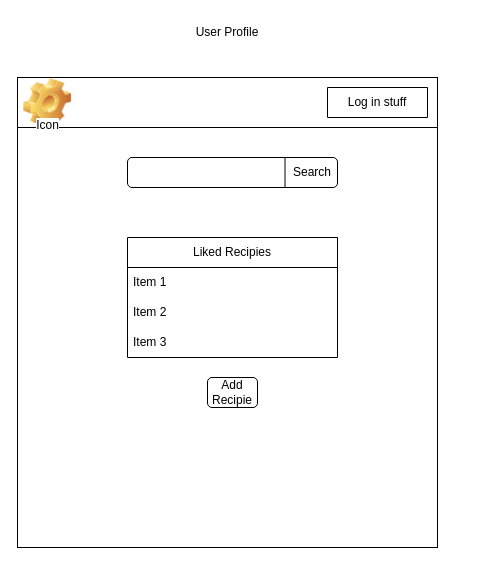
The draw.io diagram page "Page-1" (1 of 4) of uml.drawio in BopeChanUwU/CPSC272-Group-Project, before the edit. Source tidied: cells renumbered, new cells numbered last; positions are measured from the earlier drawing's top-left corner, leaving out a move shared by most shapes. Both pictures are drawn from the tidied source at 100%, with x=0, y=0 at pixel (-8, 17).
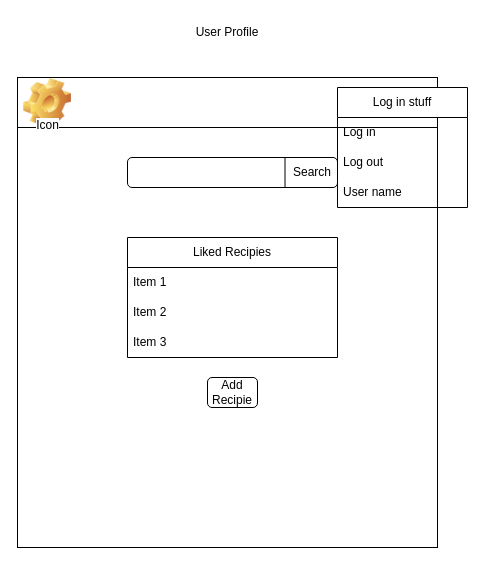
The same page after the edit.

Diff of the diagram source:
```diff
@@
 <mxGraphModel>
   <root>
     <mxCell id="0" />
     <mxCell id="1" parent="0" />
     <mxCell id="2" style="rounded=0;whiteSpace=wrap;html=1;rotation=-90;" parent="1" vertex="1">
       <mxGeometry y="85" width="470" height="420" as="geometry" />
     </mxCell>
     <mxCell id="3" style="rounded=0;whiteSpace=wrap;html=1;" parent="1" vertex="1">
       <mxGeometry x="25" y="60" width="420" height="50" as="geometry" />
     </mxCell>
     <mxCell id="4" style="rounded=1;whiteSpace=wrap;html=1;" parent="1" vertex="1">
       <mxGeometry x="135" y="140" width="210" height="30" as="geometry" />
     </mxCell>
     <mxCell id="5" style="endArrow=none;html=1;entryX=0.75;entryY=0;entryDx=0;entryDy=0;exitX=0.75;exitY=1;exitDx=0;exitDy=0;" parent="1" edge="1" source="4" target="4">
       <mxGeometry relative="1" as="geometry" />
     </mxCell>
     <mxCell id="6" value="Search" style="text;html=1;align=center;verticalAlign=middle;whiteSpace=wrap;rounded=0;" parent="1" vertex="1">
       <mxGeometry x="285" y="140" width="70" height="30" as="geometry" />
     </mxCell>
     <mxCell id="7" value="Liked Recipies" style="swimlane;fontStyle=0;horizontal=1;startSize=30;whiteSpace=wrap;html=1;" parent="1" vertex="1">
       <mxGeometry x="135" y="220" width="210" height="120" as="geometry" />
     </mxCell>
     <mxCell id="8" value="Item 1" style="text;strokeColor=none;fillColor=none;align=left;verticalAlign=middle;spacingLeft=4;spacingRight=4;overflow=hidden;whiteSpace=wrap;html=1;" parent="7" vertex="1">
       <mxGeometry y="30" width="210" height="30" as="geometry" />
     </mxCell>
     <mxCell id="9" value="Item 2" style="text;strokeColor=none;fillColor=none;align=left;verticalAlign=middle;spacingLeft=4;spacingRight=4;overflow=hidden;whiteSpace=wrap;html=1;" parent="7" vertex="1">
       <mxGeometry y="60" width="210" height="30" as="geometry" />
     </mxCell>
     <mxCell id="10" value="Item 3" style="text;strokeColor=none;fillColor=none;align=left;verticalAlign=middle;spacingLeft=4;spacingRight=4;overflow=hidden;whiteSpace=wrap;html=1;" parent="7" vertex="1">
       <mxGeometry y="90" width="210" height="30" as="geometry" />
     </mxCell>
     <mxCell id="11" style="rounded=1;whiteSpace=wrap;html=1;" parent="1" vertex="1">
       <mxGeometry x="215" y="360" width="50" height="30" as="geometry" />
     </mxCell>
     <mxCell id="12" value="Add Recipie" style="text;html=1;align=center;verticalAlign=middle;whiteSpace=wrap;rounded=0;" parent="1" vertex="1">
       <mxGeometry x="210" y="360" width="60" height="30" as="geometry" />
     </mxCell>
-    <mxCell id="13" value="Log in stuff" style="swimlane;fontStyle=0;horizontal=1;startSize=30;whiteSpace=wrap;html=1;" parent="1" vertex="1" collapsed="1">
-      <mxGeometry x="335" y="70" width="100" height="30" as="geometry" />
+    <mxCell id="13" value="Log in stuff" style="swimlane;fontStyle=0;horizontal=1;startSize=30;whiteSpace=wrap;html=1;" parent="1" vertex="1">
+      <mxGeometry x="345" y="70" width="130" height="120" as="geometry" />
     </mxCell>
+    <mxCell id="16" value="Log in" style="text;strokeColor=none;fillColor=none;align=left;verticalAlign=middle;spacingLeft=4;spacingRight=4;overflow=hidden;whiteSpace=wrap;html=1;" parent="13" vertex="1">
+      <mxGeometry y="30" width="130" height="30" as="geometry" />
+    </mxCell>
+    <mxCell id="17" value="Log out" style="text;strokeColor=none;fillColor=none;align=left;verticalAlign=middle;spacingLeft=4;spacingRight=4;overflow=hidden;whiteSpace=wrap;html=1;" parent="13" vertex="1">
+      <mxGeometry y="60" width="130" height="30" as="geometry" />
+    </mxCell>
+    <mxCell id="18" value="User name" style="text;strokeColor=none;fillColor=none;align=left;verticalAlign=middle;spacingLeft=4;spacingRight=4;overflow=hidden;whiteSpace=wrap;html=1;" parent="13" vertex="1">
+      <mxGeometry y="90" width="130" height="30" as="geometry" />
+    </mxCell>
     <mxCell id="14" value="User Profile" style="text;html=1;align=center;verticalAlign=middle;whiteSpace=wrap;rounded=0;" parent="1" vertex="1">
       <mxGeometry x="25" width="420" height="30" as="geometry" />
     </mxCell>
     <mxCell id="15" value="Icon" style="icon;html=1;image=img/clipart/Gear_128x128.png;arcSize=0;" parent="1" vertex="1">
       <mxGeometry x="45" y="80" width="20" height="10" as="geometry" />
     </mxCell>
   </root>
 </mxGraphModel>
```
